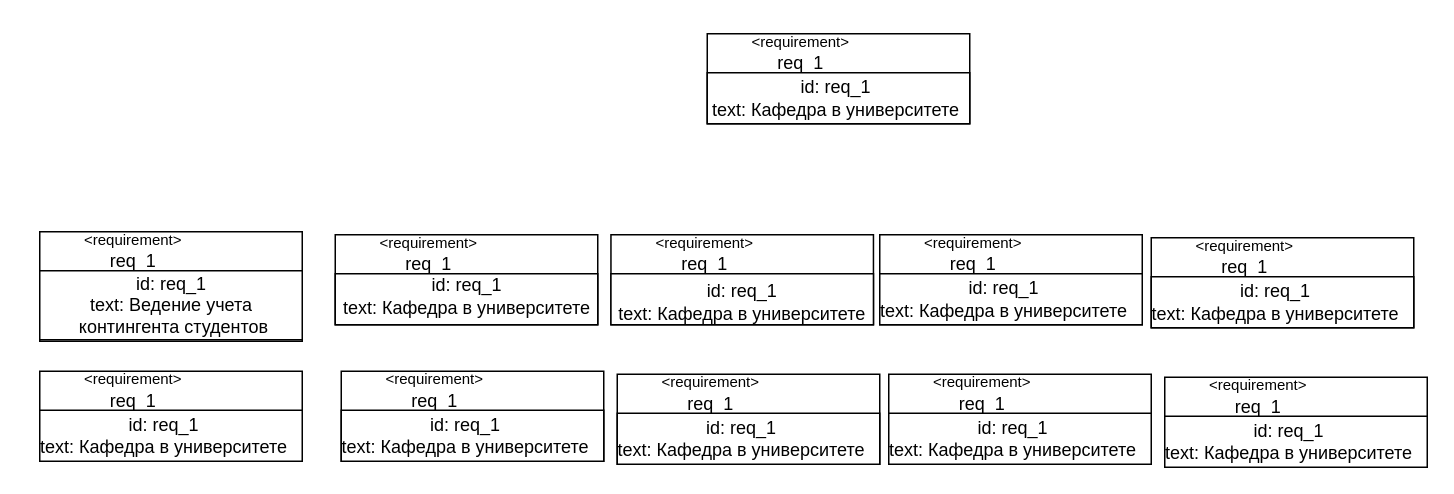
Before: курсовая_гимранова.drawio in knorke102/schemes, a draw.io diagram. Source tidied: cells renumbered, new cells numbered last; positions are measured from the earlier drawing's top-left corner, leaving out a move shared by most shapes. Both pictures are drawn from the tidied source at 150%, with x=0, y=0 at pixel (26, 33).
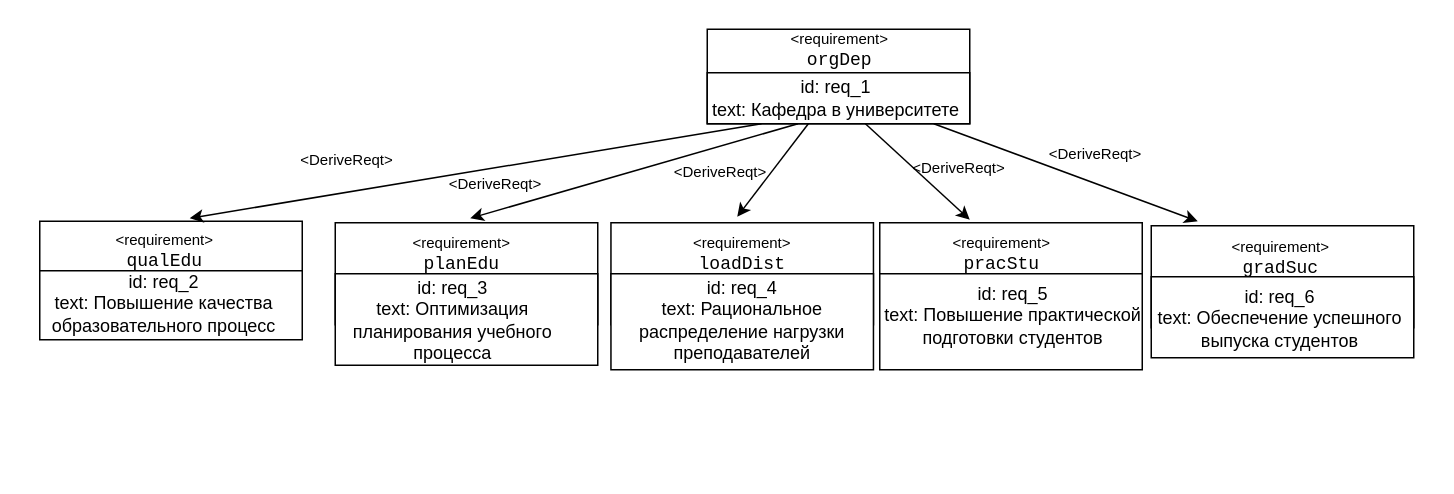
The same page after the edit.

The change refers to these unchanged cells:
```xml
<mxCell id="5" value="id: req_1&lt;div&gt;text: Кафедра в университете&lt;/div&gt;" style="text;html=1;align=center;verticalAlign=middle;whiteSpace=wrap;rounded=0;" parent="1" vertex="1">
  <mxGeometry x="420" y="28" width="240" height="30" as="geometry" />
</mxCell>
```

Change to the diagram source:
```diff
@@
     <mxCell id="2" style="rounded=0;whiteSpace=wrap;html=1;" parent="1" vertex="1">
-      <mxGeometry x="454" width="175" height="60" as="geometry" />
+      <mxGeometry x="454" y="-3" width="175" height="63" as="geometry" />
     </mxCell>
-    <mxCell id="3" value="&lt;font style=&quot;font-size: 10px;&quot;&gt;&amp;lt;requirement&amp;gt;&lt;/font&gt;&lt;div&gt;req_1&lt;/div&gt;" style="text;html=1;align=center;verticalAlign=middle;whiteSpace=wrap;rounded=0;" parent="1" vertex="1">
-      <mxGeometry x="484" y="2" width="65" height="19" as="geometry" />
+    <mxCell id="3" value="&lt;font style=&quot;font-size: 10px;&quot;&gt;&amp;lt;requirement&amp;gt;&lt;/font&gt;&lt;div&gt;&lt;code&gt;orgDep&lt;/code&gt;&lt;/div&gt;" style="text;html=1;align=center;verticalAlign=middle;whiteSpace=wrap;rounded=0;" parent="1" vertex="1">
+      <mxGeometry x="509.8" width="65" height="19" as="geometry" />
     </mxCell>
@@
     <mxCell id="6" style="rounded=0;whiteSpace=wrap;html=1;" parent="1" vertex="1">
-      <mxGeometry x="9" y="132" width="175" height="73" as="geometry" />
+      <mxGeometry x="9" y="125" width="175" height="71" as="geometry" />
     </mxCell>
-    <mxCell id="7" value="&lt;font style=&quot;font-size: 10px;&quot;&gt;&amp;lt;requirement&amp;gt;&lt;/font&gt;&lt;div&gt;req_1&lt;/div&gt;" style="text;html=1;align=center;verticalAlign=middle;whiteSpace=wrap;rounded=0;" parent="1" vertex="1">
-      <mxGeometry x="39" y="134" width="65" height="19" as="geometry" />
+    <mxCell id="7" value="&lt;font style=&quot;font-size: 10px;&quot;&gt;&amp;lt;requirement&amp;gt;&lt;/font&gt;&lt;div&gt;&lt;code&gt;qualEdu&lt;/code&gt;&lt;/div&gt;" style="text;html=1;align=center;verticalAlign=middle;whiteSpace=wrap;rounded=0;" parent="1" vertex="1">
+      <mxGeometry x="59.5" y="134" width="65" height="19" as="geometry" />
     </mxCell>
@@
-    <mxCell id="9" value="id: req_1&lt;div&gt;text:&amp;nbsp;Ведение учета&lt;br&gt;&amp;nbsp;контингента студентов&lt;/div&gt;" style="text;html=1;align=center;verticalAlign=middle;whiteSpace=wrap;rounded=0;" parent="1" vertex="1">
-      <mxGeometry x="4.5" y="159.8" width="184" height="42.5" as="geometry" />
+    <mxCell id="9" value="id: req_2&lt;div&gt;text:&amp;nbsp;Повышение качества образовательного процесс&lt;br&gt;&lt;/div&gt;" style="text;html=1;align=center;verticalAlign=middle;whiteSpace=wrap;rounded=0;" parent="1" vertex="1">
+      <mxGeometry y="160" width="184" height="40.2" as="geometry" />
     </mxCell>
     <mxCell id="10" style="rounded=0;whiteSpace=wrap;html=1;" parent="1" vertex="1">
-      <mxGeometry x="206" y="134" width="175" height="60" as="geometry" />
+      <mxGeometry x="206" y="126" width="175" height="68" as="geometry" />
     </mxCell>
-    <mxCell id="11" value="&lt;font style=&quot;font-size: 10px;&quot;&gt;&amp;lt;requirement&amp;gt;&lt;/font&gt;&lt;div&gt;req_1&lt;/div&gt;" style="text;html=1;align=center;verticalAlign=middle;whiteSpace=wrap;rounded=0;" parent="1" vertex="1">
-      <mxGeometry x="236" y="136" width="65" height="19" as="geometry" />
+    <mxCell id="11" value="&lt;font style=&quot;font-size: 10px;&quot;&gt;&amp;lt;requirement&amp;gt;&lt;/font&gt;&lt;div&gt;&lt;code&gt;planEdu&lt;/code&gt;&lt;/div&gt;" style="text;html=1;align=center;verticalAlign=middle;whiteSpace=wrap;rounded=0;" parent="1" vertex="1">
+      <mxGeometry x="258" y="136" width="65" height="19" as="geometry" />
     </mxCell>
     <mxCell id="12" style="rounded=0;whiteSpace=wrap;html=1;" parent="1" vertex="1">
-      <mxGeometry x="206" y="160" width="175" height="34" as="geometry" />
+      <mxGeometry x="206" y="160" width="175" height="61" as="geometry" />
     </mxCell>
-    <mxCell id="13" value="id: req_1&lt;div&gt;text: Кафедра в университете&lt;/div&gt;" style="text;html=1;align=center;verticalAlign=middle;whiteSpace=wrap;rounded=0;" parent="1" vertex="1">
-      <mxGeometry x="206.5" y="160" width="174" height="30" as="geometry" />
+    <mxCell id="13" value="id: req_3&lt;div&gt;text:&amp;nbsp;Оптимизация планирования учебного процесса&lt;/div&gt;" style="text;html=1;align=center;verticalAlign=middle;whiteSpace=wrap;rounded=0;" parent="1" vertex="1">
+      <mxGeometry x="193" y="172.5" width="182.5" height="36" as="geometry" />
     </mxCell>
     <mxCell id="14" style="rounded=0;whiteSpace=wrap;html=1;" parent="1" vertex="1">
-      <mxGeometry x="389.8" y="134" width="175" height="60" as="geometry" />
+      <mxGeometry x="389.8" y="126" width="175" height="68" as="geometry" />
     </mxCell>
-    <mxCell id="15" value="&lt;font style=&quot;font-size: 10px;&quot;&gt;&amp;lt;requirement&amp;gt;&lt;/font&gt;&lt;div&gt;req_1&lt;/div&gt;" style="text;html=1;align=center;verticalAlign=middle;whiteSpace=wrap;rounded=0;" parent="1" vertex="1">
-      <mxGeometry x="419.8" y="136" width="65" height="19" as="geometry" />
+    <mxCell id="15" value="&lt;font style=&quot;font-size: 10px;&quot;&gt;&amp;lt;requirement&amp;gt;&lt;/font&gt;&lt;div&gt;&lt;code&gt;loadDist&lt;/code&gt;&lt;/div&gt;" style="text;html=1;align=center;verticalAlign=middle;whiteSpace=wrap;rounded=0;" parent="1" vertex="1">
+      <mxGeometry x="444.8" y="136" width="65" height="19" as="geometry" />
     </mxCell>
     <mxCell id="16" style="rounded=0;whiteSpace=wrap;html=1;" parent="1" vertex="1">
-      <mxGeometry x="389.8" y="160" width="175" height="34" as="geometry" />
+      <mxGeometry x="389.8" y="160" width="175" height="64" as="geometry" />
     </mxCell>
-    <mxCell id="17" value="id: req_1&lt;div&gt;text: Кафедра в университете&lt;/div&gt;" style="text;html=1;align=center;verticalAlign=middle;whiteSpace=wrap;rounded=0;" parent="1" vertex="1">
-      <mxGeometry x="385" y="164" width="184.5" height="30" as="geometry" />
+    <mxCell id="17" value="id: req_4&lt;div&gt;text:&amp;nbsp;Рациональное распределение нагрузки преподавателей&lt;/div&gt;" style="text;html=1;align=center;verticalAlign=middle;whiteSpace=wrap;rounded=0;" parent="1" vertex="1">
+      <mxGeometry x="384.5" y="175.5" width="184.5" height="30" as="geometry" />
     </mxCell>
     <mxCell id="18" style="rounded=0;whiteSpace=wrap;html=1;" parent="1" vertex="1">
-      <mxGeometry x="569" y="134" width="175" height="60" as="geometry" />
+      <mxGeometry x="569" y="126" width="175" height="68" as="geometry" />
     </mxCell>
-    <mxCell id="19" value="&lt;font style=&quot;font-size: 10px;&quot;&gt;&amp;lt;requirement&amp;gt;&lt;/font&gt;&lt;div&gt;req_1&lt;/div&gt;" style="text;html=1;align=center;verticalAlign=middle;whiteSpace=wrap;rounded=0;" parent="1" vertex="1">
-      <mxGeometry x="599" y="136" width="65" height="19" as="geometry" />
+    <mxCell id="19" value="&lt;font style=&quot;font-size: 10px;&quot;&gt;&amp;lt;requirement&amp;gt;&lt;/font&gt;&lt;div&gt;&lt;code&gt;pracStu&lt;/code&gt;&lt;/div&gt;" style="text;html=1;align=center;verticalAlign=middle;whiteSpace=wrap;rounded=0;" parent="1" vertex="1">
+      <mxGeometry x="618" y="136" width="65" height="19" as="geometry" />
     </mxCell>
     <mxCell id="20" style="rounded=0;whiteSpace=wrap;html=1;" parent="1" vertex="1">
-      <mxGeometry x="569" y="160" width="175" height="34" as="geometry" />
+      <mxGeometry x="569" y="160" width="175" height="64" as="geometry" />
     </mxCell>
-    <mxCell id="21" value="id: req_1&lt;div&gt;text: Кафедра в университете&lt;/div&gt;" style="text;html=1;align=center;verticalAlign=middle;whiteSpace=wrap;rounded=0;" parent="1" vertex="1">
-      <mxGeometry x="560" y="162" width="184" height="30" as="geometry" />
+    <mxCell id="21" value="id: req_5&lt;div&gt;text:&amp;nbsp;Повышение практической подготовки студентов&lt;/div&gt;" style="text;html=1;align=center;verticalAlign=middle;whiteSpace=wrap;rounded=0;" parent="1" vertex="1">
+      <mxGeometry x="566" y="172.5" width="184" height="30" as="geometry" />
     </mxCell>
     <mxCell id="22" style="rounded=0;whiteSpace=wrap;html=1;" parent="1" vertex="1">
-      <mxGeometry x="750" y="136" width="175" height="60" as="geometry" />
+      <mxGeometry x="750" y="128" width="175" height="68" as="geometry" />
     </mxCell>
-    <mxCell id="23" value="&lt;font style=&quot;font-size: 10px;&quot;&gt;&amp;lt;requirement&amp;gt;&lt;/font&gt;&lt;div&gt;req_1&lt;/div&gt;" style="text;html=1;align=center;verticalAlign=middle;whiteSpace=wrap;rounded=0;" parent="1" vertex="1">
-      <mxGeometry x="780" y="138" width="65" height="19" as="geometry" />
+    <mxCell id="23" value="&lt;font style=&quot;font-size: 10px;&quot;&gt;&amp;lt;requirement&amp;gt;&lt;/font&gt;&lt;div&gt;&lt;code&gt;gradSuc&lt;/code&gt;&lt;/div&gt;" style="text;html=1;align=center;verticalAlign=middle;whiteSpace=wrap;rounded=0;" parent="1" vertex="1">
+      <mxGeometry x="803.5" y="139" width="65" height="19" as="geometry" />
     </mxCell>
     <mxCell id="24" style="rounded=0;whiteSpace=wrap;html=1;" parent="1" vertex="1">
-      <mxGeometry x="750" y="162" width="175" height="34" as="geometry" />
+      <mxGeometry x="750" y="162" width="175" height="54" as="geometry" />
     </mxCell>
-    <mxCell id="25" value="id: req_1&lt;div&gt;text: Кафедра в университете&lt;/div&gt;" style="text;html=1;align=center;verticalAlign=middle;whiteSpace=wrap;rounded=0;" parent="1" vertex="1">
-      <mxGeometry x="741" y="164" width="184" height="30" as="geometry" />
+    <mxCell id="25" value="id: req_6&lt;div&gt;text:&amp;nbsp;Обеспечение успешного выпуска студентов&lt;/div&gt;" style="text;html=1;align=center;verticalAlign=middle;whiteSpace=wrap;rounded=0;" parent="1" vertex="1">
+      <mxGeometry x="744" y="170.5" width="184" height="38" as="geometry" />
     </mxCell>
-    <mxCell id="26" style="rounded=0;whiteSpace=wrap;html=1;" parent="1" vertex="1">
-      <mxGeometry x="9" y="225" width="175" height="60" as="geometry" />
-    </mxCell>
-    <mxCell id="27" value="&lt;font style=&quot;font-size: 10px;&quot;&gt;&amp;lt;requirement&amp;gt;&lt;/font&gt;&lt;div&gt;req_1&lt;/div&gt;" style="text;html=1;align=center;verticalAlign=middle;whiteSpace=wrap;rounded=0;" parent="1" vertex="1">
-      <mxGeometry x="39" y="227" width="65" height="19" as="geometry" />
-    </mxCell>
-    <mxCell id="28" style="rounded=0;whiteSpace=wrap;html=1;" parent="1" vertex="1">
-      <mxGeometry x="9" y="251" width="175" height="34" as="geometry" />
-    </mxCell>
-    <mxCell id="29" value="id: req_1&lt;div&gt;text: Кафедра в университете&lt;/div&gt;" style="text;html=1;align=center;verticalAlign=middle;whiteSpace=wrap;rounded=0;" parent="1" vertex="1">
-      <mxGeometry y="253" width="184" height="30" as="geometry" />
-    </mxCell>
-    <mxCell id="30" style="rounded=0;whiteSpace=wrap;html=1;" parent="1" vertex="1">
-      <mxGeometry x="210" y="225" width="175" height="60" as="geometry" />
-    </mxCell>
-    <mxCell id="31" value="&lt;font style=&quot;font-size: 10px;&quot;&gt;&amp;lt;requirement&amp;gt;&lt;/font&gt;&lt;div&gt;req_1&lt;/div&gt;" style="text;html=1;align=center;verticalAlign=middle;whiteSpace=wrap;rounded=0;" parent="1" vertex="1">
-      <mxGeometry x="240" y="227" width="65" height="19" as="geometry" />
-    </mxCell>
-    <mxCell id="32" style="rounded=0;whiteSpace=wrap;html=1;" parent="1" vertex="1">
-      <mxGeometry x="210" y="251" width="175" height="34" as="geometry" />
-    </mxCell>
-    <mxCell id="33" value="id: req_1&lt;div&gt;text: Кафедра в университете&lt;/div&gt;" style="text;html=1;align=center;verticalAlign=middle;whiteSpace=wrap;rounded=0;" parent="1" vertex="1">
-      <mxGeometry x="201" y="253" width="184" height="30" as="geometry" />
-    </mxCell>
-    <mxCell id="34" style="rounded=0;whiteSpace=wrap;html=1;" parent="1" vertex="1">
-      <mxGeometry x="394" y="227" width="175" height="60" as="geometry" />
-    </mxCell>
-    <mxCell id="35" value="&lt;font style=&quot;font-size: 10px;&quot;&gt;&amp;lt;requirement&amp;gt;&lt;/font&gt;&lt;div&gt;req_1&lt;/div&gt;" style="text;html=1;align=center;verticalAlign=middle;whiteSpace=wrap;rounded=0;" parent="1" vertex="1">
-      <mxGeometry x="424" y="229" width="65" height="19" as="geometry" />
-    </mxCell>
-    <mxCell id="36" style="rounded=0;whiteSpace=wrap;html=1;" parent="1" vertex="1">
-      <mxGeometry x="394" y="253" width="175" height="34" as="geometry" />
-    </mxCell>
-    <mxCell id="37" value="id: req_1&lt;div&gt;text: Кафедра в университете&lt;/div&gt;" style="text;html=1;align=center;verticalAlign=middle;whiteSpace=wrap;rounded=0;" parent="1" vertex="1">
-      <mxGeometry x="385" y="255" width="184" height="30" as="geometry" />
-    </mxCell>
-    <mxCell id="38" style="rounded=0;whiteSpace=wrap;html=1;" parent="1" vertex="1">
-      <mxGeometry x="575" y="227" width="175" height="60" as="geometry" />
-    </mxCell>
-    <mxCell id="39" value="&lt;font style=&quot;font-size: 10px;&quot;&gt;&amp;lt;requirement&amp;gt;&lt;/font&gt;&lt;div&gt;req_1&lt;/div&gt;" style="text;html=1;align=center;verticalAlign=middle;whiteSpace=wrap;rounded=0;" parent="1" vertex="1">
-      <mxGeometry x="605" y="229" width="65" height="19" as="geometry" />
-    </mxCell>
-    <mxCell id="40" style="rounded=0;whiteSpace=wrap;html=1;" parent="1" vertex="1">
-      <mxGeometry x="575" y="253" width="175" height="34" as="geometry" />
-    </mxCell>
-    <mxCell id="41" value="id: req_1&lt;div&gt;text: Кафедра в университете&lt;/div&gt;" style="text;html=1;align=center;verticalAlign=middle;whiteSpace=wrap;rounded=0;" parent="1" vertex="1">
-      <mxGeometry x="566" y="255" width="184" height="30" as="geometry" />
-    </mxCell>
-    <mxCell id="42" style="rounded=0;whiteSpace=wrap;html=1;" parent="1" vertex="1">
-      <mxGeometry x="759" y="229" width="175" height="60" as="geometry" />
-    </mxCell>
-    <mxCell id="43" value="&lt;font style=&quot;font-size: 10px;&quot;&gt;&amp;lt;requirement&amp;gt;&lt;/font&gt;&lt;div&gt;req_1&lt;/div&gt;" style="text;html=1;align=center;verticalAlign=middle;whiteSpace=wrap;rounded=0;" parent="1" vertex="1">
-      <mxGeometry x="789" y="231" width="65" height="19" as="geometry" />
-    </mxCell>
-    <mxCell id="44" style="rounded=0;whiteSpace=wrap;html=1;" parent="1" vertex="1">
-      <mxGeometry x="759" y="255" width="175" height="34" as="geometry" />
-    </mxCell>
-    <mxCell id="45" value="id: req_1&lt;div&gt;text: Кафедра в университете&lt;/div&gt;" style="text;html=1;align=center;verticalAlign=middle;whiteSpace=wrap;rounded=0;" parent="1" vertex="1">
-      <mxGeometry x="750" y="257" width="184" height="30" as="geometry" />
-    </mxCell>
@@
+    <mxCell id="47" style="endArrow=classic;html=1;rounded=0;exitX=0.452;exitY=0.973;exitDx=0;exitDy=0;exitPerimeter=0;" parent="1" edge="1">
+      <mxGeometry relative="1" as="geometry">
+        <mxPoint x="490.2" y="60" as="sourcePoint" />
+        <mxPoint x="109" y="123" as="targetPoint" />
+      </mxGeometry>
+    </mxCell>
+    <mxCell id="48" style="endArrow=classic;html=1;rounded=0;exitX=0.5;exitY=1;exitDx=0;exitDy=0;" parent="1" edge="1">
+      <mxGeometry relative="1" as="geometry">
+        <mxPoint x="514.5" y="60" as="sourcePoint" />
+        <mxPoint x="296" y="123" as="targetPoint" />
+      </mxGeometry>
+    </mxCell>
+    <mxCell id="49" style="endArrow=classic;html=1;rounded=0;" parent="1" edge="1">
+      <mxGeometry relative="1" as="geometry">
+        <mxPoint x="521.4" y="60" as="sourcePoint" />
+        <mxPoint x="474" y="122" as="targetPoint" />
+      </mxGeometry>
+    </mxCell>
+    <mxCell id="50" style="endArrow=classic;html=1;rounded=0;exitX=0.581;exitY=1.067;exitDx=0;exitDy=0;exitPerimeter=0;" parent="1" edge="1" source="5">
+      <mxGeometry relative="1" as="geometry">
+        <mxPoint x="629" y="124" as="targetPoint" />
+      </mxGeometry>
+    </mxCell>
+    <mxCell id="51" style="endArrow=classic;html=1;rounded=0;exitX=0.797;exitY=1.161;exitDx=0;exitDy=0;exitPerimeter=0;" parent="1" edge="1">
+      <mxGeometry relative="1" as="geometry">
+        <mxPoint x="605" y="60" as="sourcePoint" />
+        <mxPoint x="781" y="125" as="targetPoint" />
+      </mxGeometry>
+    </mxCell>
+    <mxCell id="52" value="&lt;font style=&quot;font-size: 10px;&quot;&gt;&amp;lt;DeriveReqt&amp;gt;&lt;/font&gt;" style="text;html=1;align=center;verticalAlign=middle;whiteSpace=wrap;rounded=0;" parent="1" vertex="1">
+      <mxGeometry x="184" y="69" width="60" height="30" as="geometry" />
+    </mxCell>
+    <mxCell id="53" value="&lt;font style=&quot;font-size: 10px;&quot;&gt;&amp;lt;DeriveReqt&amp;gt;&lt;/font&gt;" style="text;html=1;align=center;verticalAlign=middle;whiteSpace=wrap;rounded=0;" parent="1" vertex="1">
+      <mxGeometry x="592" y="74" width="60" height="30" as="geometry" />
+    </mxCell>
+    <mxCell id="54" value="&lt;font style=&quot;font-size: 10px;&quot;&gt;&amp;lt;DeriveReqt&amp;gt;&lt;/font&gt;" style="text;html=1;align=center;verticalAlign=middle;whiteSpace=wrap;rounded=0;" parent="1" vertex="1">
+      <mxGeometry x="283" y="85" width="60" height="30" as="geometry" />
+    </mxCell>
+    <mxCell id="55" value="&lt;font style=&quot;font-size: 10px;&quot;&gt;&amp;lt;DeriveReqt&amp;gt;&lt;/font&gt;" style="text;html=1;align=center;verticalAlign=middle;whiteSpace=wrap;rounded=0;" parent="1" vertex="1">
+      <mxGeometry x="683" y="65" width="60" height="30" as="geometry" />
+    </mxCell>
+    <mxCell id="56" value="&lt;font style=&quot;font-size: 10px;&quot;&gt;&amp;lt;DeriveReqt&amp;gt;&lt;/font&gt;" style="text;html=1;align=center;verticalAlign=middle;whiteSpace=wrap;rounded=0;" parent="1" vertex="1">
+      <mxGeometry x="433" y="77" width="60" height="30" as="geometry" />
+    </mxCell>
```
